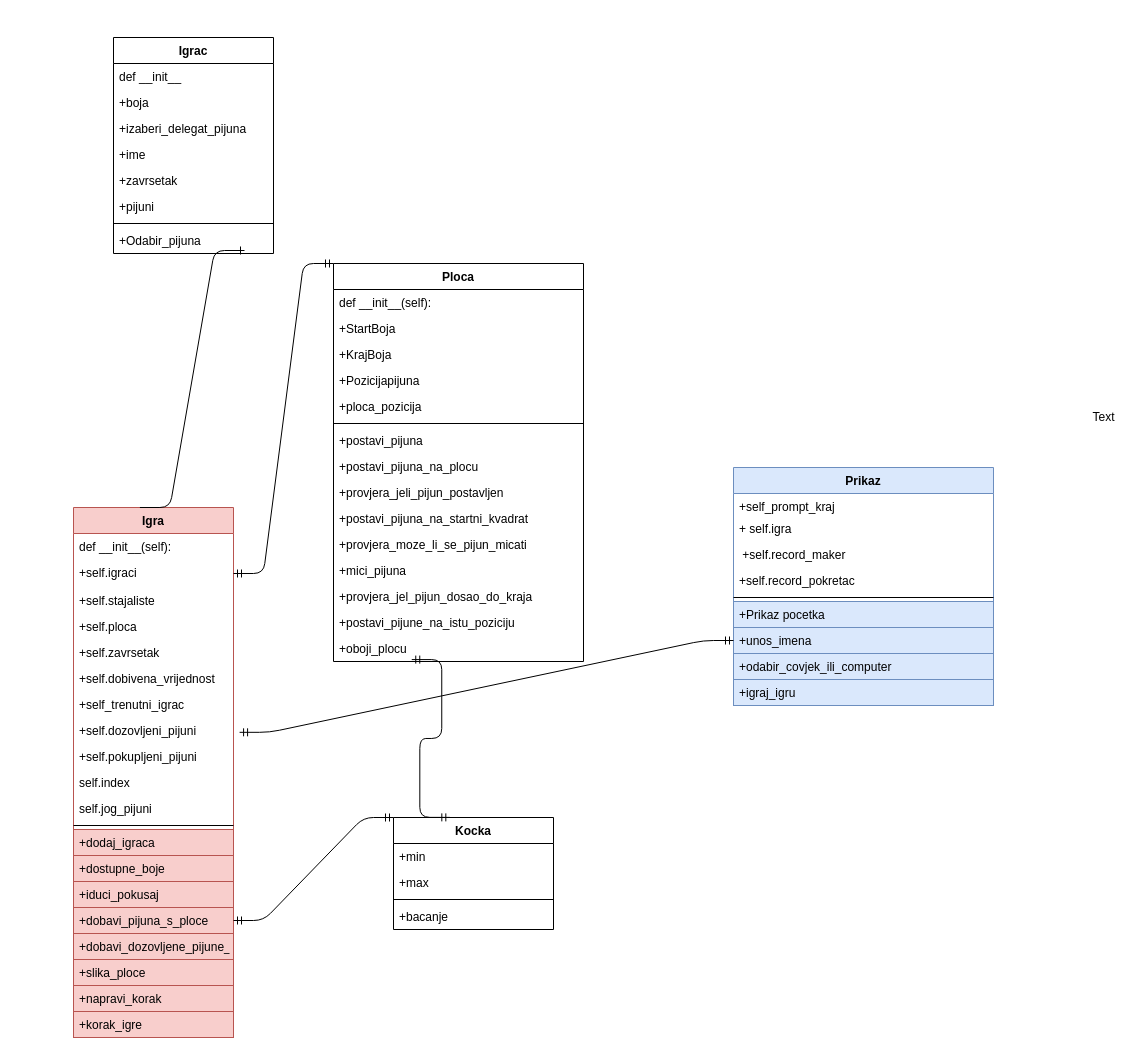
The draw.io diagram page "UML" (1 of 3) of dijagram_UML.drawio in andjelapehar/Covjece-ne-ljuti-se, before the edit. Source tidied: cells renumbered, new cells numbered last; positions are measured from the earlier drawing's top-left corner, leaving out a move shared by most shapes. Both pictures are drawn from the tidied source at 100%, with x=0, y=0 at pixel (73, 37).
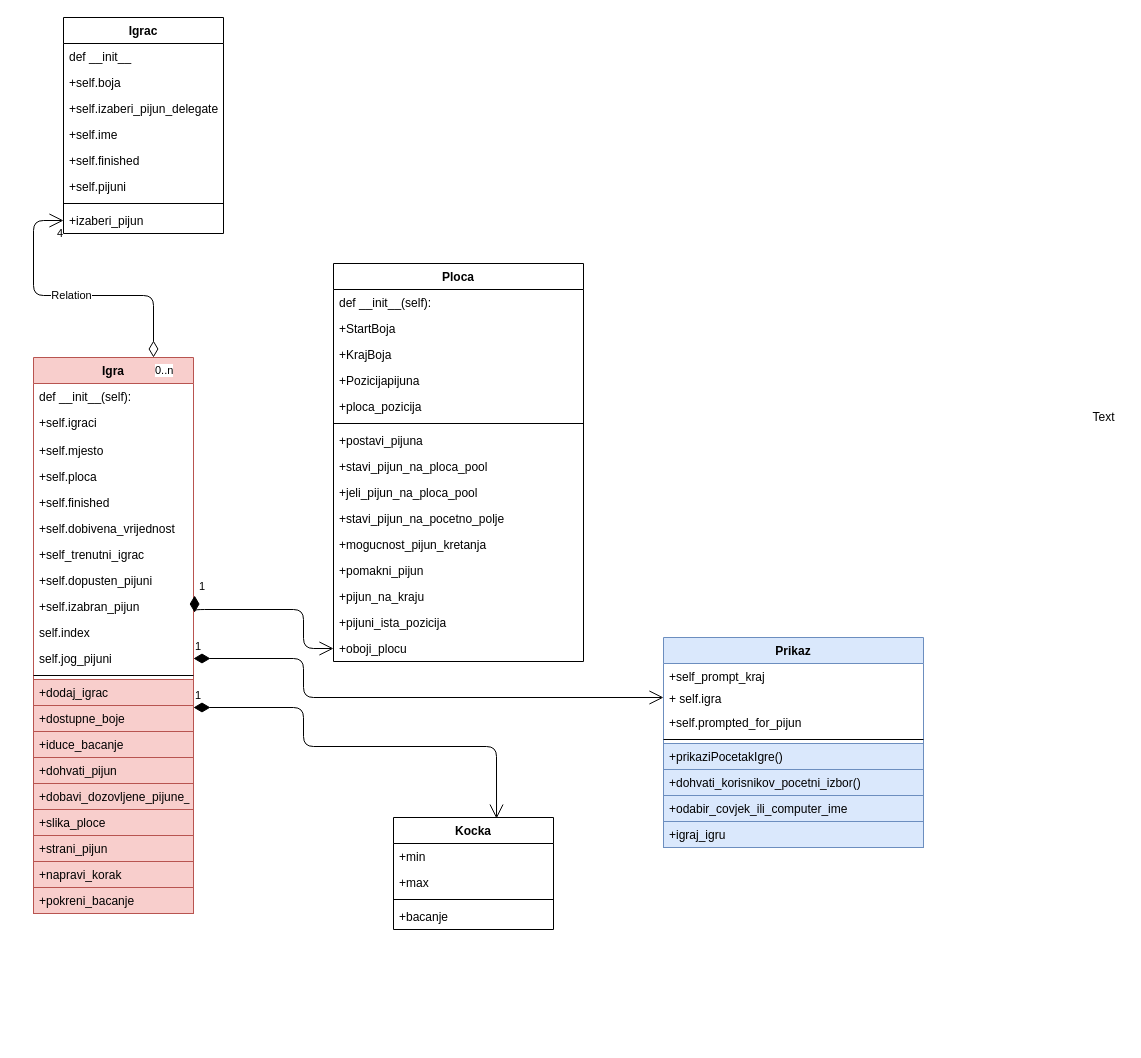
Above is the later version.

Unchanged cells that the change refers to:
```xml
<mxCell id="2" value="Ploca" style="swimlane;fontStyle=1;align=center;verticalAlign=top;horizontal=1;startSize=26;" parent="1" vertex="1">
  <mxGeometry x="260" y="226" width="250" height="398" as="geometry" />
</mxCell>
<mxCell id="17" value="+oboji_plocu&#10;" style="text;strokeColor=none;fillColor=none;align=left;verticalAlign=top;spacingLeft=4;spacingRight=4;overflow=hidden;points=[[0,0.5],[1,0.5]];portConstraint=eastwest;" parent="2" vertex="1">
  <mxGeometry y="372" width="250" height="26" as="geometry" />
</mxCell>
<mxCell id="29" value="+self.igraci" style="text;align=left;verticalAlign=top;spacingLeft=4;spacingRight=4;overflow=hidden;points=[[0,0.5],[1,0.5]];portConstraint=eastwest;" parent="27" vertex="1">
  <mxGeometry y="52" width="160" height="28" as="geometry" />
</mxCell>
<mxCell id="38" value="self.jog_pijuni" style="text;strokeColor=none;fillColor=none;align=left;verticalAlign=top;spacingLeft=4;spacingRight=4;overflow=hidden;points=[[0,0.5],[1,0.5]];portConstraint=eastwest;" parent="27" vertex="1">
  <mxGeometry y="288" width="160" height="26" as="geometry" />
</mxCell>
<mxCell id="49" value="Kocka" style="swimlane;fontStyle=1;align=center;verticalAlign=top;horizontal=1;startSize=26;" parent="1" vertex="1">
  <mxGeometry x="320" y="780" width="160" height="112" as="geometry" />
</mxCell>
```

The edit, as a diff of the source:
```diff
@@
-    <mxCell id="10" value="+postavi_pijuna_na_plocu" style="text;strokeColor=none;fillColor=none;align=left;verticalAlign=top;spacingLeft=4;spacingRight=4;overflow=hidden;" parent="2" vertex="1">
+    <mxCell id="10" value="+stavi_pijun_na_ploca_pool" style="text;strokeColor=none;fillColor=none;align=left;verticalAlign=top;spacingLeft=4;spacingRight=4;overflow=hidden;" parent="2" vertex="1">
       <mxGeometry y="190" width="250" height="26" as="geometry" />
     </mxCell>
-    <mxCell id="11" value="+provjera_jeli_pijun_postavljen&#10;" style="text;strokeColor=none;fillColor=none;align=left;verticalAlign=top;spacingLeft=4;spacingRight=4;overflow=hidden;" parent="2" vertex="1">
+    <mxCell id="11" value="+jeli_pijun_na_ploca_pool" style="text;strokeColor=none;fillColor=none;align=left;verticalAlign=top;spacingLeft=4;spacingRight=4;overflow=hidden;" parent="2" vertex="1">
       <mxGeometry y="216" width="250" height="26" as="geometry" />
     </mxCell>
-    <mxCell id="12" value="+postavi_pijuna_na_startni_kvadrat" style="text;strokeColor=none;fillColor=none;align=left;verticalAlign=top;spacingLeft=4;spacingRight=4;overflow=hidden;" parent="2" vertex="1">
+    <mxCell id="12" value="+stavi_pijun_na_pocetno_polje" style="text;strokeColor=none;fillColor=none;align=left;verticalAlign=top;spacingLeft=4;spacingRight=4;overflow=hidden;" parent="2" vertex="1">
       <mxGeometry y="242" width="250" height="26" as="geometry" />
     </mxCell>
-    <mxCell id="13" value="+provjera_moze_li_se_pijun_micati" style="text;strokeColor=none;fillColor=none;align=left;verticalAlign=top;spacingLeft=4;spacingRight=4;overflow=hidden;" parent="2" vertex="1">
+    <mxCell id="13" value="+mogucnost_pijun_kretanja" style="text;strokeColor=none;fillColor=none;align=left;verticalAlign=top;spacingLeft=4;spacingRight=4;overflow=hidden;" parent="2" vertex="1">
       <mxGeometry y="268" width="250" height="26" as="geometry" />
     </mxCell>
-    <mxCell id="14" value="+mici_pijuna" style="text;strokeColor=none;fillColor=none;align=left;verticalAlign=top;spacingLeft=4;spacingRight=4;overflow=hidden;" parent="2" vertex="1">
+    <mxCell id="14" value="+pomakni_pijun" style="text;strokeColor=none;fillColor=none;align=left;verticalAlign=top;spacingLeft=4;spacingRight=4;overflow=hidden;" parent="2" vertex="1">
       <mxGeometry y="294" width="250" height="26" as="geometry" />
     </mxCell>
-    <mxCell id="15" value="+provjera_jel_pijun_dosao_do_kraja" style="text;strokeColor=none;fillColor=none;align=left;verticalAlign=top;spacingLeft=4;spacingRight=4;overflow=hidden;" parent="2" vertex="1">
+    <mxCell id="15" value="+pijun_na_kraju" style="text;strokeColor=none;fillColor=none;align=left;verticalAlign=top;spacingLeft=4;spacingRight=4;overflow=hidden;" parent="2" vertex="1">
       <mxGeometry y="320" width="250" height="26" as="geometry" />
     </mxCell>
-    <mxCell id="16" value="+postavi_pijune_na_istu_poziciju" style="text;strokeColor=none;fillColor=none;align=left;verticalAlign=top;spacingLeft=4;spacingRight=4;overflow=hidden;" parent="2" vertex="1">
+    <mxCell id="16" value="+pijuni_ista_pozicija" style="text;strokeColor=none;fillColor=none;align=left;verticalAlign=top;spacingLeft=4;spacingRight=4;overflow=hidden;" parent="2" vertex="1">
       <mxGeometry y="346" width="250" height="26" as="geometry" />
     </mxCell>
@@
     <mxCell id="18" value="Igrac" style="swimlane;fontStyle=1;align=center;verticalAlign=top;horizontal=1;startSize=26;" parent="1" vertex="1">
-      <mxGeometry x="40" width="160" height="216" as="geometry" />
+      <mxGeometry x="-10" y="-20" width="160" height="216" as="geometry" />
     </mxCell>
@@
-    <mxCell id="20" value="+boja" style="text;strokeColor=none;fillColor=none;align=left;verticalAlign=top;spacingLeft=4;spacingRight=4;overflow=hidden;" parent="18" vertex="1">
+    <mxCell id="20" value="+self.boja" style="text;strokeColor=none;fillColor=none;align=left;verticalAlign=top;spacingLeft=4;spacingRight=4;overflow=hidden;" parent="18" vertex="1">
       <mxGeometry y="52" width="160" height="26" as="geometry" />
     </mxCell>
-    <mxCell id="21" value="+izaberi_delegat_pijuna" style="text;strokeColor=none;fillColor=none;align=left;verticalAlign=top;spacingLeft=4;spacingRight=4;overflow=hidden;" parent="18" vertex="1">
+    <mxCell id="21" value="+self.izaberi_pijun_delegate" style="text;strokeColor=none;fillColor=none;align=left;verticalAlign=top;spacingLeft=4;spacingRight=4;overflow=hidden;" parent="18" vertex="1">
       <mxGeometry y="78" width="160" height="26" as="geometry" />
     </mxCell>
-    <mxCell id="22" value="+ime" style="text;strokeColor=none;fillColor=none;align=left;verticalAlign=top;spacingLeft=4;spacingRight=4;overflow=hidden;" parent="18" vertex="1">
+    <mxCell id="22" value="+self.ime" style="text;strokeColor=none;fillColor=none;align=left;verticalAlign=top;spacingLeft=4;spacingRight=4;overflow=hidden;" parent="18" vertex="1">
       <mxGeometry y="104" width="160" height="26" as="geometry" />
     </mxCell>
-    <mxCell id="23" value="+zavrsetak" style="text;strokeColor=none;fillColor=none;align=left;verticalAlign=top;spacingLeft=4;spacingRight=4;overflow=hidden;" parent="18" vertex="1">
+    <mxCell id="23" value="+self.finished" style="text;strokeColor=none;fillColor=none;align=left;verticalAlign=top;spacingLeft=4;spacingRight=4;overflow=hidden;" parent="18" vertex="1">
       <mxGeometry y="130" width="160" height="26" as="geometry" />
     </mxCell>
-    <mxCell id="24" value="+pijuni" style="text;strokeColor=none;fillColor=none;align=left;verticalAlign=top;spacingLeft=4;spacingRight=4;overflow=hidden;" parent="18" vertex="1">
+    <mxCell id="24" value="+self.pijuni" style="text;strokeColor=none;fillColor=none;align=left;verticalAlign=top;spacingLeft=4;spacingRight=4;overflow=hidden;" parent="18" vertex="1">
       <mxGeometry y="156" width="160" height="26" as="geometry" />
     </mxCell>
@@
-    <mxCell id="26" value="+Odabir_pijuna" style="text;strokeColor=none;fillColor=none;align=left;verticalAlign=top;spacingLeft=4;spacingRight=4;overflow=hidden;points=[[0,0.5],[1,0.5]];portConstraint=eastwest;" parent="18" vertex="1">
+    <mxCell id="26" value="+izaberi_pijun" style="text;strokeColor=none;fillColor=none;align=left;verticalAlign=top;spacingLeft=4;spacingRight=4;overflow=hidden;points=[[0,0.5],[1,0.5]];portConstraint=eastwest;" parent="18" vertex="1">
       <mxGeometry y="190" width="160" height="26" as="geometry" />
     </mxCell>
     <mxCell id="27" value="Igra" style="swimlane;fontStyle=1;align=center;verticalAlign=top;horizontal=1;startSize=26;fillColor=#f8cecc;strokeColor=#b85450;" parent="1" vertex="1">
-      <mxGeometry y="470" width="160" height="530" as="geometry" />
+      <mxGeometry x="-40" y="320" width="160" height="556" as="geometry" />
     </mxCell>
@@
-    <mxCell id="30" value="+self.stajaliste" style="text;strokeColor=none;fillColor=none;align=left;verticalAlign=top;spacingLeft=4;spacingRight=4;overflow=hidden;" parent="27" vertex="1">
+    <mxCell id="30" value="+self.mjesto" style="text;strokeColor=none;fillColor=none;align=left;verticalAlign=top;spacingLeft=4;spacingRight=4;overflow=hidden;" parent="27" vertex="1">
       <mxGeometry y="80" width="160" height="26" as="geometry" />
     </mxCell>
@@
-    <mxCell id="32" value="+self.zavrsetak" style="text;strokeColor=none;fillColor=none;align=left;verticalAlign=top;spacingLeft=4;spacingRight=4;overflow=hidden;" parent="27" vertex="1">
+    <mxCell id="32" value="+self.finished" style="text;strokeColor=none;fillColor=none;align=left;verticalAlign=top;spacingLeft=4;spacingRight=4;overflow=hidden;" parent="27" vertex="1">
       <mxGeometry y="132" width="160" height="26" as="geometry" />
     </mxCell>
@@
-    <mxCell id="35" value="+self.dozovljeni_pijuni" style="text;strokeColor=none;fillColor=none;align=left;verticalAlign=top;spacingLeft=4;spacingRight=4;overflow=hidden;" parent="27" vertex="1">
+    <mxCell id="35" value="+self.dopusten_pijuni" style="text;strokeColor=none;fillColor=none;align=left;verticalAlign=top;spacingLeft=4;spacingRight=4;overflow=hidden;" parent="27" vertex="1">
       <mxGeometry y="210" width="160" height="26" as="geometry" />
     </mxCell>
-    <mxCell id="36" value="+self.pokupljeni_pijuni" style="text;strokeColor=none;fillColor=none;align=left;verticalAlign=top;spacingLeft=4;spacingRight=4;overflow=hidden;points=[[0,0.5],[1,0.5]];portConstraint=eastwest;" parent="27" vertex="1">
+    <mxCell id="36" value="+self.izabran_pijun" style="text;strokeColor=none;fillColor=none;align=left;verticalAlign=top;spacingLeft=4;spacingRight=4;overflow=hidden;points=[[0,0.5],[1,0.5]];portConstraint=eastwest;" parent="27" vertex="1">
       <mxGeometry y="236" width="160" height="26" as="geometry" />
     </mxCell>
@@
-    <mxCell id="40" value="+dodaj_igraca" style="text;strokeColor=#b85450;fillColor=#f8cecc;align=left;verticalAlign=top;spacingLeft=4;spacingRight=4;overflow=hidden;" parent="27" vertex="1">
+    <mxCell id="40" value="+dodaj_igrac" style="text;strokeColor=#b85450;fillColor=#f8cecc;align=left;verticalAlign=top;spacingLeft=4;spacingRight=4;overflow=hidden;" parent="27" vertex="1">
       <mxGeometry y="322" width="160" height="26" as="geometry" />
     </mxCell>
@@
-    <mxCell id="42" value="+iduci_pokusaj" style="text;strokeColor=#b85450;fillColor=#f8cecc;align=left;verticalAlign=top;spacingLeft=4;spacingRight=4;overflow=hidden;" parent="27" vertex="1">
+    <mxCell id="42" value="+iduce_bacanje" style="text;strokeColor=#b85450;fillColor=#f8cecc;align=left;verticalAlign=top;spacingLeft=4;spacingRight=4;overflow=hidden;" parent="27" vertex="1">
       <mxGeometry y="374" width="160" height="26" as="geometry" />
     </mxCell>
-    <mxCell id="43" value="+dobavi_pijuna_s_ploce" style="text;strokeColor=#b85450;fillColor=#f8cecc;align=left;verticalAlign=top;spacingLeft=4;spacingRight=4;overflow=hidden;points=[[0,0.5],[1,0.5]];portConstraint=eastwest;" parent="27" vertex="1">
+    <mxCell id="43" value="+dohvati_pijun" style="text;strokeColor=#b85450;fillColor=#f8cecc;align=left;verticalAlign=top;spacingLeft=4;spacingRight=4;overflow=hidden;points=[[0,0.5],[1,0.5]];portConstraint=eastwest;" parent="27" vertex="1">
       <mxGeometry y="400" width="160" height="26" as="geometry" />
     </mxCell>
@@
+    <mxCell id="69" value="+strani_pijun" style="text;strokeColor=#b85450;fillColor=#f8cecc;align=left;verticalAlign=top;spacingLeft=4;spacingRight=4;overflow=hidden;" parent="27" vertex="1">
+      <mxGeometry y="478" width="160" height="26" as="geometry" />
+    </mxCell>
     <mxCell id="46" value="+napravi_korak" style="text;strokeColor=#b85450;fillColor=#f8cecc;align=left;verticalAlign=top;spacingLeft=4;spacingRight=4;overflow=hidden;" parent="27" vertex="1">
-      <mxGeometry y="478" width="160" height="26" as="geometry" />
+      <mxGeometry y="504" width="160" height="26" as="geometry" />
     </mxCell>
-    <mxCell id="47" value="+korak_igre" style="text;strokeColor=#b85450;fillColor=#f8cecc;align=left;verticalAlign=top;spacingLeft=4;spacingRight=4;overflow=hidden;" parent="27" vertex="1">
-      <mxGeometry y="504" width="160" height="26" as="geometry" />
+    <mxCell id="47" value="+pokreni_bacanje" style="text;strokeColor=#b85450;fillColor=#f8cecc;align=left;verticalAlign=top;spacingLeft=4;spacingRight=4;overflow=hidden;" parent="27" vertex="1">
+      <mxGeometry y="530" width="160" height="26" as="geometry" />
     </mxCell>
@@
     <mxCell id="54" value="Prikaz" style="swimlane;fontStyle=1;align=center;verticalAlign=top;horizontal=1;startSize=26;fillColor=#dae8fc;strokeColor=#6c8ebf;" parent="1" vertex="1">
-      <mxGeometry x="660" y="430" width="260" height="238" as="geometry" />
+      <mxGeometry x="590" y="600" width="260" height="210" as="geometry" />
     </mxCell>
@@
     <mxCell id="56" value="+ self.igra" style="text;strokeColor=none;fillColor=none;align=left;verticalAlign=top;spacingLeft=4;spacingRight=4;overflow=hidden;" parent="54" vertex="1">
-      <mxGeometry y="48" width="260" height="26" as="geometry" />
+      <mxGeometry y="48" width="260" height="24" as="geometry" />
     </mxCell>
-    <mxCell id="57" value=" +self.record_maker" style="text;strokeColor=none;fillColor=none;align=left;verticalAlign=top;spacingLeft=4;spacingRight=4;overflow=hidden;" parent="54" vertex="1">
-      <mxGeometry y="74" width="260" height="26" as="geometry" />
-    </mxCell>
-    <mxCell id="58" value="+self.record_pokretac" style="text;strokeColor=none;fillColor=none;align=left;verticalAlign=top;spacingLeft=4;spacingRight=4;overflow=hidden;" parent="54" vertex="1">
-      <mxGeometry y="100" width="260" height="26" as="geometry" />
-    </mxCell>
+    <mxCell id="70" value="+self.prompted_for_pijun" style="text;strokeColor=none;fillColor=none;align=left;verticalAlign=top;spacingLeft=4;spacingRight=4;overflow=hidden;" parent="54" vertex="1">
+      <mxGeometry y="72" width="260" height="26" as="geometry" />
+    </mxCell>
     <mxCell id="59" style="line;strokeWidth=1;fillColor=none;align=left;verticalAlign=middle;spacingTop=-1;spacingLeft=3;spacingRight=3;labelPosition=right;" parent="54" vertex="1">
-      <mxGeometry y="126" width="260" height="8" as="geometry" />
+      <mxGeometry y="98" width="260" height="8" as="geometry" />
     </mxCell>
-    <mxCell id="60" value="+Prikaz pocetka" style="text;strokeColor=#6c8ebf;fillColor=#dae8fc;align=left;verticalAlign=top;spacingLeft=4;spacingRight=4;overflow=hidden;" parent="54" vertex="1">
-      <mxGeometry y="134" width="260" height="26" as="geometry" />
+    <mxCell id="60" value="+prikaziPocetakIgre()" style="text;strokeColor=#6c8ebf;fillColor=#dae8fc;align=left;verticalAlign=top;spacingLeft=4;spacingRight=4;overflow=hidden;" parent="54" vertex="1">
+      <mxGeometry y="106" width="260" height="26" as="geometry" />
     </mxCell>
-    <mxCell id="61" value="+unos_imena" style="text;strokeColor=#6c8ebf;fillColor=#dae8fc;align=left;verticalAlign=top;spacingLeft=4;spacingRight=4;overflow=hidden;points=[[0,0.5],[1,0.5]];portConstraint=eastwest;" parent="54" vertex="1">
-      <mxGeometry y="160" width="260" height="26" as="geometry" />
+    <mxCell id="61" value="+dohvati_korisnikov_pocetni_izbor()" style="text;strokeColor=#6c8ebf;fillColor=#dae8fc;align=left;verticalAlign=top;spacingLeft=4;spacingRight=4;overflow=hidden;points=[[0,0.5],[1,0.5]];portConstraint=eastwest;" parent="54" vertex="1">
+      <mxGeometry y="132" width="260" height="26" as="geometry" />
     </mxCell>
-    <mxCell id="62" value="+odabir_covjek_ili_computer" style="text;strokeColor=#6c8ebf;fillColor=#dae8fc;align=left;verticalAlign=top;spacingLeft=4;spacingRight=4;overflow=hidden;" parent="54" vertex="1">
-      <mxGeometry y="186" width="260" height="26" as="geometry" />
+    <mxCell id="62" value="+odabir_covjek_ili_computer_ime" style="text;strokeColor=#6c8ebf;fillColor=#dae8fc;align=left;verticalAlign=top;spacingLeft=4;spacingRight=4;overflow=hidden;" parent="54" vertex="1">
+      <mxGeometry y="158" width="260" height="26" as="geometry" />
     </mxCell>
     <mxCell id="63" value="+igraj_igru" style="text;strokeColor=#6c8ebf;fillColor=#dae8fc;align=left;verticalAlign=top;spacingLeft=4;spacingRight=4;overflow=hidden;" parent="54" vertex="1">
-      <mxGeometry y="212" width="260" height="26" as="geometry" />
+      <mxGeometry y="184" width="260" height="26" as="geometry" />
     </mxCell>
-    <mxCell id="64" style="edgeStyle=entityRelationEdgeStyle;fontSize=12;html=1;endArrow=ERone;endFill=1;exitX=0.415;exitY=0;exitDx=0;exitDy=0;exitPerimeter=0;" parent="1" edge="1" source="27">
-      <mxGeometry relative="1" as="geometry">
-        <mxPoint x="171" y="213" as="targetPoint" />
-      </mxGeometry>
-    </mxCell>
-    <mxCell id="65" style="edgeStyle=entityRelationEdgeStyle;fontSize=12;html=1;endArrow=ERmandOne;startArrow=ERmandOne;entryX=0;entryY=0;entryDx=0;entryDy=0;" parent="1" edge="1" source="29" target="2">
-      <mxGeometry relative="1" as="geometry" />
-    </mxCell>
-    <mxCell id="66" style="edgeStyle=entityRelationEdgeStyle;fontSize=12;html=1;endArrow=ERmandOne;startArrow=ERmandOne;exitX=1.038;exitY=-0.43;exitDx=0;exitDy=0;exitPerimeter=0;entryX=0;entryY=0.5;entryDx=0;entryDy=0;" parent="1" edge="1" source="36" target="61">
-      <mxGeometry relative="1" as="geometry" />
-    </mxCell>
-    <mxCell id="67" style="edgeStyle=entityRelationEdgeStyle;fontSize=12;html=1;endArrow=ERmandOne;startArrow=ERmandOne;entryX=0.352;entryY=-0.001;entryDx=0;entryDy=0;entryPerimeter=0;exitX=0.313;exitY=0.926;exitDx=0;exitDy=0;exitPerimeter=0;" parent="1" edge="1" source="17" target="49">
-      <mxGeometry relative="1" as="geometry" />
-    </mxCell>
-    <mxCell id="68" style="edgeStyle=entityRelationEdgeStyle;fontSize=12;html=1;endArrow=ERmandOne;startArrow=ERmandOne;entryX=1;entryY=0.5;entryDx=0;entryDy=0;exitX=0;exitY=0;exitDx=0;exitDy=0;" parent="1" edge="1" source="49" target="43">
-      <mxGeometry relative="1" as="geometry" />
-    </mxCell>
+    <mxCell id="71" value="Relation" style="endArrow=open;html=1;endSize=12;startArrow=diamondThin;startSize=14;startFill=0;edgeStyle=orthogonalEdgeStyle;exitX=0.75;exitY=0;exitDx=0;exitDy=0;" parent="1" edge="1" source="27" target="26">
+      <mxGeometry relative="1" as="geometry">
+        <Array as="points">
+          <mxPoint x="80" y="258" />
+          <mxPoint x="-40" y="258" />
+          <mxPoint x="-40" y="183" />
+        </Array>
+      </mxGeometry>
+    </mxCell>
+    <mxCell id="72" value="0..n" style="edgeLabel;html=1;align=left;verticalAlign=top;" parent="71" vertex="1">
+      <mxGeometry x="-1" relative="1" as="geometry" />
+    </mxCell>
+    <mxCell id="73" value="4" style="edgeLabel;html=1;align=right;verticalAlign=top;" parent="71" vertex="1">
+      <mxGeometry x="1" relative="1" as="geometry" />
+    </mxCell>
+    <mxCell id="74" value="1" style="endArrow=open;html=1;endSize=12;startArrow=diamondThin;startSize=14;startFill=1;edgeStyle=orthogonalEdgeStyle;align=left;verticalAlign=bottom;exitX=1;exitY=0.5;exitDx=0;exitDy=0;" parent="1" edge="1" source="38">
+      <mxGeometry x="-1" y="3" relative="1" as="geometry">
+        <mxPoint x="590" y="660" as="targetPoint" />
+        <Array as="points">
+          <mxPoint x="230" y="621" />
+          <mxPoint x="230" y="660" />
+        </Array>
+      </mxGeometry>
+    </mxCell>
+    <mxCell id="75" value="1" style="endArrow=open;html=1;endSize=12;startArrow=diamondThin;startSize=14;startFill=1;edgeStyle=orthogonalEdgeStyle;align=left;verticalAlign=bottom;exitX=1;exitY=0.5;exitDx=0;exitDy=0;entryX=0.644;entryY=0.01;entryDx=0;entryDy=0;entryPerimeter=0;" parent="1" edge="1" target="49">
+      <mxGeometry x="-1" y="3" relative="1" as="geometry">
+        <mxPoint x="120" y="670" as="sourcePoint" />
+        <Array as="points">
+          <mxPoint x="230" y="670" />
+          <mxPoint x="230" y="709" />
+          <mxPoint x="423" y="709" />
+        </Array>
+      </mxGeometry>
+    </mxCell>
+    <mxCell id="76" value="1" style="endArrow=open;html=1;endSize=12;startArrow=diamondThin;startSize=14;startFill=1;edgeStyle=orthogonalEdgeStyle;align=left;verticalAlign=bottom;entryX=0;entryY=0.5;entryDx=0;entryDy=0;exitX=1.007;exitY=0.079;exitDx=0;exitDy=0;exitPerimeter=0;" parent="1" edge="1" source="36" target="17">
+      <mxGeometry x="-1" y="3" relative="1" as="geometry">
+        <Array as="points">
+          <mxPoint x="121" y="572" />
+          <mxPoint x="230" y="572" />
+          <mxPoint x="230" y="611" />
+        </Array>
+      </mxGeometry>
+    </mxCell>
```
